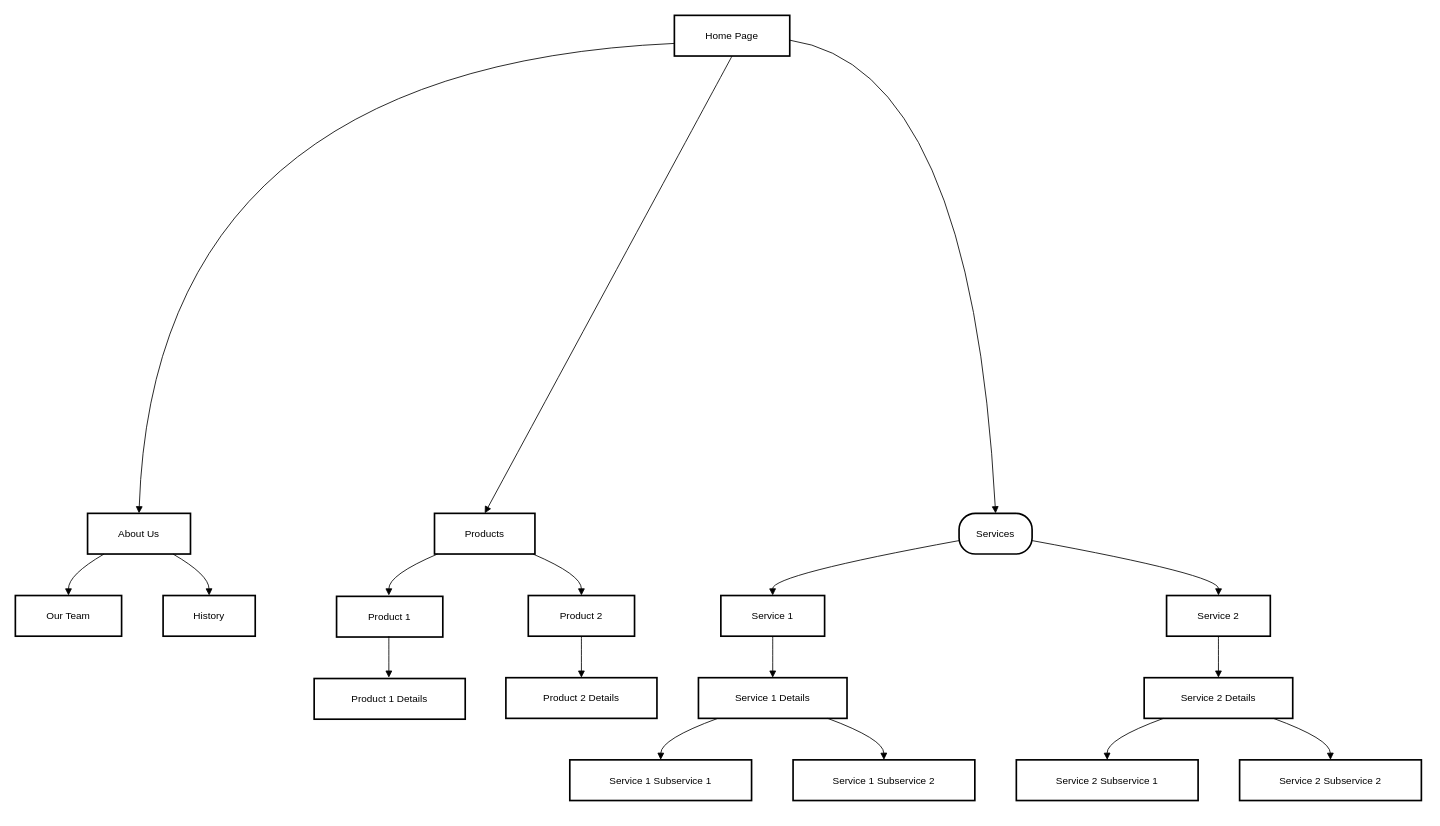
elfensky/draw.io keeps this draw.io diagram as sitemap-hetspelcafe-be.drawio. Above is the earlier version. Source tidied: cells renumbered, new cells numbered last; positions are measured from the earlier drawing's top-left corner, leaving out a move shared by most shapes. Both pictures are drawn from the tidied source at 83%, with x=0, y=0 at pixel (15, 15).
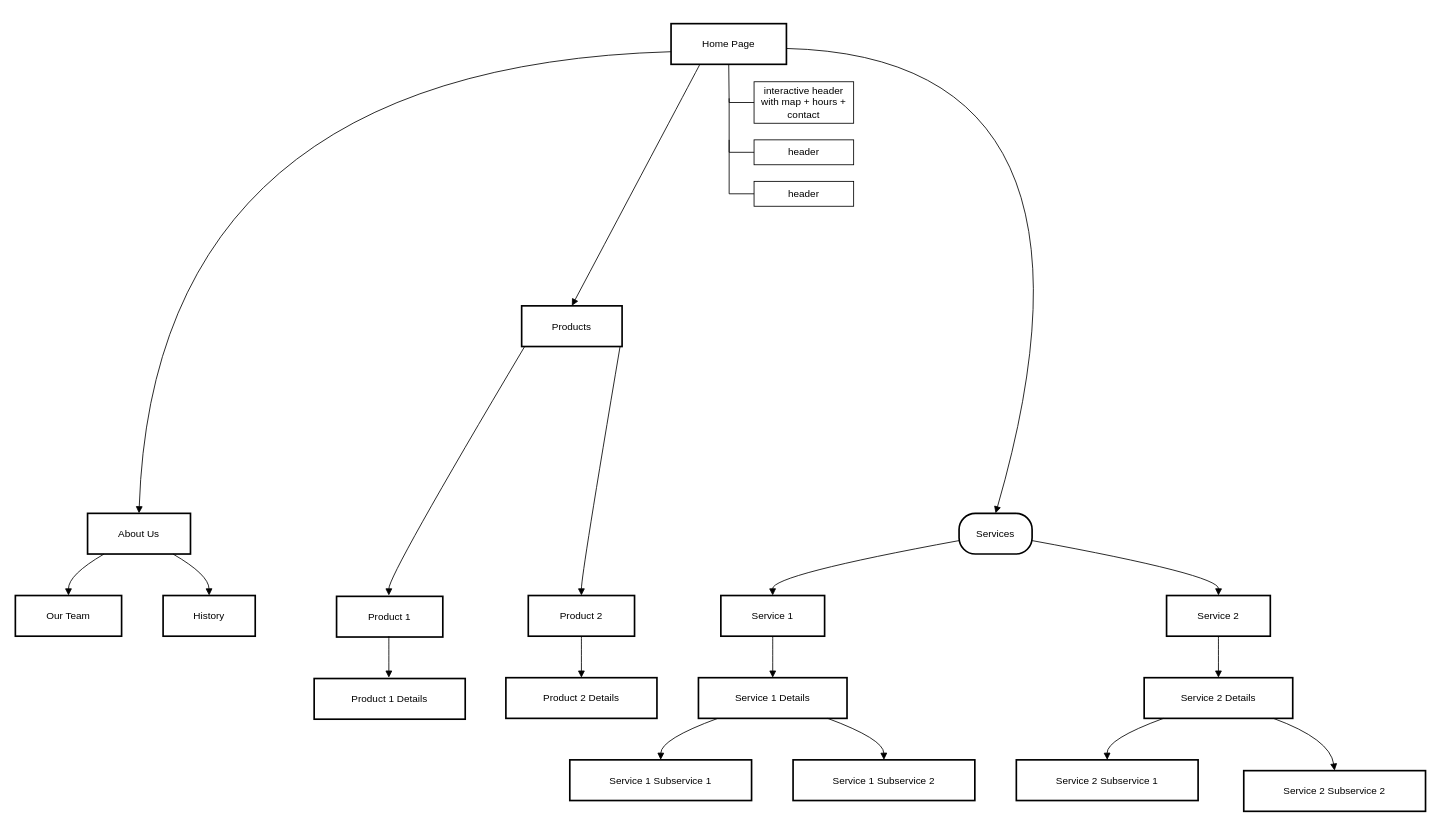
The same diagram, later.

Unchanged cells that the change refers to:
```xml
<mxCell id="5" value="Services" style="rounded=1;arcSize=40;strokeWidth=2;" parent="1" vertex="1">
  <mxGeometry x="1137" y="600" width="88" height="49" as="geometry" />
</mxCell>
```

Change to the diagram source:
```diff
@@
     <mxCell id="2" value="Home Page" style="whiteSpace=wrap;strokeWidth=2;" parent="1" vertex="1">
-      <mxGeometry x="794" width="139" height="49" as="geometry" />
+      <mxGeometry x="790" y="10" width="139" height="49" as="geometry" />
     </mxCell>
@@
     <mxCell id="4" value="Products" style="whiteSpace=wrap;strokeWidth=2;" parent="1" vertex="1">
-      <mxGeometry x="505" y="600" width="121" height="49" as="geometry" />
+      <mxGeometry x="610" y="350" width="121" height="49" as="geometry" />
     </mxCell>
@@
     <mxCell id="19" value="Service 2 Subservice 2" style="whiteSpace=wrap;strokeWidth=2;" parent="1" vertex="1">
-      <mxGeometry x="1475" y="897" width="219" height="49" as="geometry" />
+      <mxGeometry x="1480" y="910" width="219" height="49" as="geometry" />
     </mxCell>
@@
-    <mxCell id="21" style="curved=1;startArrow=none;endArrow=block;exitX=0.5;exitY=1;entryX=0.5;entryY=0;" parent="1" edge="1" source="2" target="4">
+    <mxCell id="21" style="curved=1;startArrow=none;endArrow=block;entryX=0.5;entryY=0;exitX=0.25;exitY=1;exitDx=0;exitDy=0;" parent="1" edge="1" source="2" target="4">
       <mxGeometry relative="1" as="geometry" />
     </mxCell>
     <mxCell id="22" style="curved=1;startArrow=none;endArrow=block;exitX=1;exitY=0.61;entryX=0.5;entryY=0;" parent="1" edge="1" source="2" target="5">
       <mxGeometry relative="1" as="geometry">
         <Array as="points">
-          <mxPoint x="1152" y="62" />
+          <mxPoint x="1340" y="50" />
         </Array>
       </mxGeometry>
     </mxCell>
@@
+    <mxCell id="37" style="group;" parent="1" vertex="1">
+      <mxGeometry x="860" y="80" width="150" height="50" as="geometry" />
+    </mxCell>
+    <mxCell id="38" value="interactive header with map + hours + contact" style="rounded=0;whiteSpace=wrap;html=1;" parent="37" vertex="1">
+      <mxGeometry x="30" width="120" height="50" as="geometry" />
+    </mxCell>
+    <mxCell id="39" style="endArrow=none;html=1;rounded=0;entryX=0;entryY=0.5;entryDx=0;entryDy=0;exitX=0.5;exitY=1;exitDx=0;exitDy=0;" parent="37" edge="1" source="2" target="38">
+      <mxGeometry relative="1" as="geometry">
+        <Array as="points">
+          <mxPoint y="25" />
+        </Array>
+      </mxGeometry>
+    </mxCell>
+    <mxCell id="40" style="group;" parent="1" vertex="1">
+      <mxGeometry x="860" y="150" width="150" height="30" as="geometry" />
+    </mxCell>
+    <mxCell id="41" value="header" style="rounded=0;whiteSpace=wrap;html=1;" parent="40" vertex="1">
+      <mxGeometry x="30" width="120" height="30" as="geometry" />
+    </mxCell>
+    <mxCell id="42" style="endArrow=none;html=1;rounded=0;entryX=0;entryY=0.5;entryDx=0;entryDy=0;" parent="40" edge="1" target="41">
+      <mxGeometry relative="1" as="geometry">
+        <mxPoint y="-50" as="sourcePoint" />
+        <Array as="points">
+          <mxPoint y="15" />
+        </Array>
+      </mxGeometry>
+    </mxCell>
+    <mxCell id="43" value="header" style="rounded=0;whiteSpace=wrap;html=1;" parent="1" vertex="1">
+      <mxGeometry x="890" y="200" width="120" height="30" as="geometry" />
+    </mxCell>
+    <mxCell id="44" style="endArrow=none;html=1;rounded=0;entryX=0;entryY=0.5;entryDx=0;entryDy=0;" parent="1" edge="1" target="43">
+      <mxGeometry relative="1" as="geometry">
+        <mxPoint x="860" y="150" as="sourcePoint" />
+        <Array as="points">
+          <mxPoint x="860" y="215" />
+        </Array>
+      </mxGeometry>
+    </mxCell>
```
